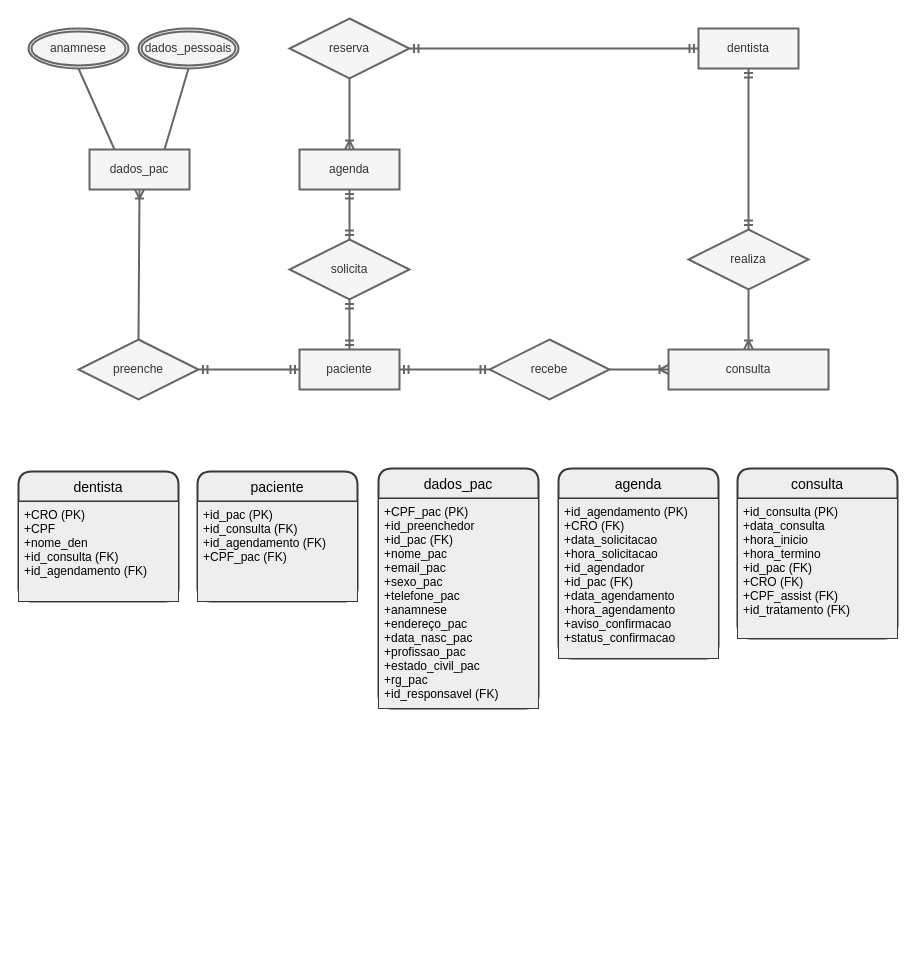
Earlier version of the draw.io diagram Diagrama sem nome.drawio (fabiollg/Diagrama-ER-Consultorio). Source tidied: cells renumbered, new cells numbered last; positions are measured from the earlier drawing's top-left corner, leaving out a move shared by most shapes. Both pictures are drawn from the tidied source at 100%, with x=0, y=0 at pixel (18, 18).
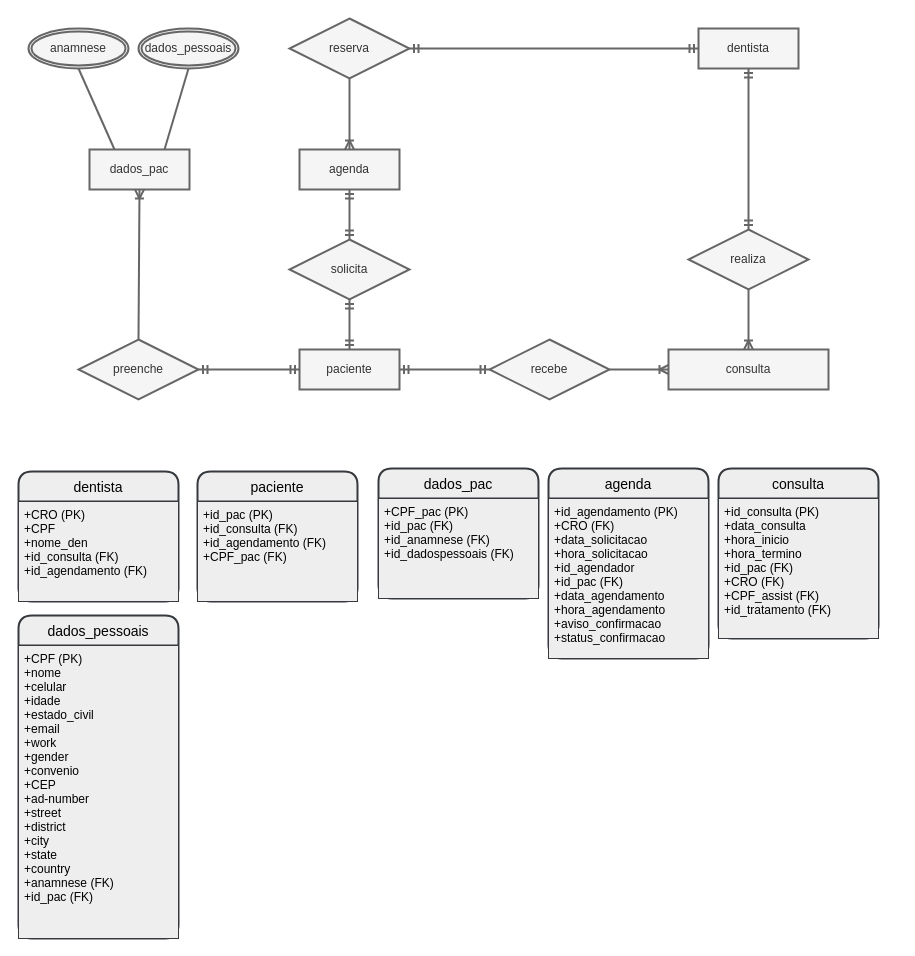
The same diagram, later.

Commit message:
Atualização conforme o php

Change to the diagram source:
```diff
@@
     <mxCell id="24" value="dados_pac" style="swimlane;horizontal=1;startSize=30;rounded=1;fontSize=14;fontStyle=0;strokeWidth=2;shadow=0;dashed=0;align=center;fillColor=#eeeeee;strokeColor=#36393d;fontColor=#000000;" parent="1" vertex="1">
-      <mxGeometry x="360" y="450" width="160" height="240" as="geometry" />
+      <mxGeometry x="360" y="450" width="160" height="130" as="geometry" />
     </mxCell>
-    <mxCell id="25" value="+CPF_pac (PK)&#10;+id_preenchedor&#10;+id_pac (FK)&#10;+nome_pac&#10;+email_pac&#10;+sexo_pac&#10;+telefone_pac&#10;+anamnese&#10;+endereço_pac&#10;+data_nasc_pac&#10;+profissao_pac&#10;+estado_civil_pac&#10;+rg_pac&#10;+id_responsavel (FK)" style="align=left;strokeColor=#36393d;fillColor=#eeeeee;spacingLeft=4;fontSize=12;verticalAlign=top;fontColor=#000000;" parent="24" vertex="1">
-      <mxGeometry y="30" width="160" height="210" as="geometry" />
+    <mxCell id="25" value="+CPF_pac (PK)&#10;+id_pac (FK)&#10;+id_anamnese (FK)&#10;+id_dadospessoais (FK)" style="align=left;strokeColor=#36393d;fillColor=#eeeeee;spacingLeft=4;fontSize=12;verticalAlign=top;fontColor=#000000;" parent="24" vertex="1">
+      <mxGeometry y="30" width="160" height="100" as="geometry" />
     </mxCell>
@@
     <mxCell id="32" value="agenda" style="swimlane;horizontal=1;startSize=30;rounded=1;fontSize=14;fontStyle=0;strokeWidth=2;shadow=0;dashed=0;align=center;fillColor=#eeeeee;strokeColor=#36393d;fontColor=#000000;" parent="1" vertex="1">
-      <mxGeometry x="540" y="450" width="160" height="190" as="geometry" />
+      <mxGeometry x="530" y="450" width="160" height="190" as="geometry" />
     </mxCell>
@@
     <mxCell id="34" value="consulta" style="swimlane;horizontal=1;startSize=30;rounded=1;fontSize=14;fontStyle=0;strokeWidth=2;shadow=0;dashed=0;align=center;fillColor=#eeeeee;strokeColor=#36393d;fontColor=#000000;" parent="1" vertex="1">
-      <mxGeometry x="719" y="450" width="160" height="170" as="geometry" />
+      <mxGeometry x="700" y="450" width="160" height="170" as="geometry" />
     </mxCell>
@@
+    <mxCell id="36" value="dados_pessoais" style="swimlane;horizontal=1;startSize=30;rounded=1;fontSize=14;fontStyle=0;strokeWidth=2;shadow=0;dashed=0;align=center;fillColor=#eeeeee;strokeColor=#36393d;fontColor=#000000;" parent="1" vertex="1">
+      <mxGeometry y="597" width="160" height="323" as="geometry" />
+    </mxCell>
+    <mxCell id="37" value="+CPF (PK)&#10;+nome&#10;+celular&#10;+idade&#10;+estado_civil&#10;+email&#10;+work&#10;+gender&#10;+convenio&#10;+CEP&#10;+ad-number&#10;+street&#10;+district&#10;+city&#10;+state&#10;+country&#10;+anamnese (FK)&#10;+id_pac (FK)" style="align=left;strokeColor=#36393d;fillColor=#eeeeee;spacingLeft=4;fontSize=12;verticalAlign=top;fontColor=#000000;" parent="36" vertex="1">
+      <mxGeometry y="30" width="160" height="293" as="geometry" />
+    </mxCell>
```
